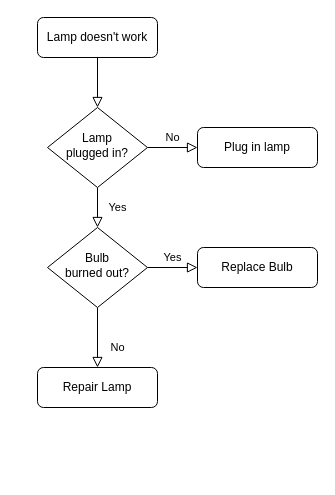
The draw.io diagram LeapYear.drawio in yasdan/abdul, before the edit. Source tidied: cells renumbered, new cells numbered last; positions are measured from the earlier drawing's top-left corner, leaving out a move shared by most shapes. Both pictures are drawn from the tidied source at 100%, with x=0, y=0 at pixel (37, 17).
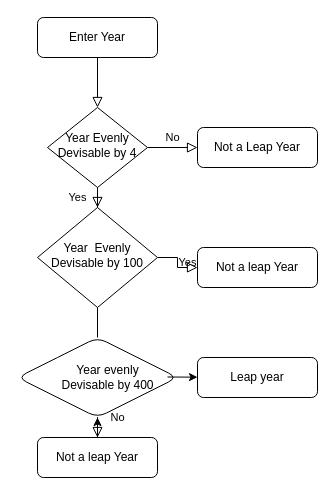
The same page after the edit.

Change to the diagram source:
```diff
@@
 <mxGraphModel>
   <root>
     <mxCell id="0" />
     <mxCell id="1" parent="0" />
     <mxCell id="2" style="rounded=0;html=1;jettySize=auto;fontSize=11;endArrow=block;endFill=0;endSize=8;strokeWidth=1;shadow=0;labelBackgroundColor=none;edgeStyle=orthogonalEdgeStyle;" parent="1" edge="1" source="3" target="6">
       <mxGeometry relative="1" as="geometry" />
     </mxCell>
-    <mxCell id="3" value="Lamp doesn't work" style="rounded=1;whiteSpace=wrap;html=1;fontSize=12;glass=0;strokeWidth=1;shadow=0;" parent="1" vertex="1">
+    <mxCell id="3" value="Enter Year" style="rounded=1;whiteSpace=wrap;html=1;fontSize=12;glass=0;strokeWidth=1;shadow=0;" parent="1" vertex="1">
       <mxGeometry width="120" height="40" as="geometry" />
     </mxCell>
     <mxCell id="4" value="Yes" style="rounded=0;html=1;jettySize=auto;fontSize=11;endArrow=block;endFill=0;endSize=8;strokeWidth=1;shadow=0;labelBackgroundColor=none;edgeStyle=orthogonalEdgeStyle;" parent="1" edge="1" source="6" target="10">
       <mxGeometry y="20" relative="1" as="geometry" />
     </mxCell>
     <mxCell id="5" value="No" style="edgeStyle=orthogonalEdgeStyle;rounded=0;html=1;jettySize=auto;fontSize=11;endArrow=block;endFill=0;endSize=8;strokeWidth=1;shadow=0;labelBackgroundColor=none;" parent="1" edge="1" source="6" target="7">
       <mxGeometry y="10" relative="1" as="geometry" />
     </mxCell>
-    <mxCell id="6" value="Lamp&lt;br&gt;plugged in?" style="rhombus;whiteSpace=wrap;html=1;shadow=0;fontFamily=Helvetica;fontSize=12;align=center;strokeWidth=1;spacing=6;spacingTop=-4;" parent="1" vertex="1">
+    <mxCell id="6" value="Year Evenly Devisable by 4" style="rhombus;whiteSpace=wrap;html=1;shadow=0;fontFamily=Helvetica;fontSize=12;align=center;strokeWidth=1;spacing=6;spacingTop=-4;" parent="1" vertex="1">
       <mxGeometry x="10" y="90" width="100" height="80" as="geometry" />
     </mxCell>
-    <mxCell id="7" value="Plug in lamp" style="rounded=1;whiteSpace=wrap;html=1;fontSize=12;glass=0;strokeWidth=1;shadow=0;" parent="1" vertex="1">
+    <mxCell id="7" value="Not a Leap Year" style="rounded=1;whiteSpace=wrap;html=1;fontSize=12;glass=0;strokeWidth=1;shadow=0;" parent="1" vertex="1">
       <mxGeometry x="160" y="110" width="120" height="40" as="geometry" />
     </mxCell>
-    <mxCell id="8" value="No" style="rounded=0;html=1;jettySize=auto;fontSize=11;endArrow=block;endFill=0;endSize=8;strokeWidth=1;shadow=0;labelBackgroundColor=none;edgeStyle=orthogonalEdgeStyle;" parent="1" edge="1" source="10" target="11">
+    <mxCell id="8" value="No" style="rounded=0;html=1;jettySize=auto;fontSize=11;endArrow=block;endFill=0;endSize=8;strokeWidth=1;shadow=0;labelBackgroundColor=none;edgeStyle=orthogonalEdgeStyle;startArrow=none;" parent="1" edge="1" source="14" target="11">
       <mxGeometry x="0.33" y="20" relative="1" as="geometry" />
     </mxCell>
     <mxCell id="9" value="Yes" style="edgeStyle=orthogonalEdgeStyle;rounded=0;html=1;jettySize=auto;fontSize=11;endArrow=block;endFill=0;endSize=8;strokeWidth=1;shadow=0;labelBackgroundColor=none;" parent="1" edge="1" source="10" target="12">
       <mxGeometry y="10" relative="1" as="geometry" />
     </mxCell>
-    <mxCell id="10" value="Bulb&lt;br&gt;burned out?" style="rhombus;whiteSpace=wrap;html=1;shadow=0;fontFamily=Helvetica;fontSize=12;align=center;strokeWidth=1;spacing=6;spacingTop=-4;" parent="1" vertex="1">
-      <mxGeometry x="10" y="210" width="100" height="80" as="geometry" />
+    <mxCell id="10" value="Year&amp;nbsp; Evenly Devisable by 100" style="rhombus;whiteSpace=wrap;html=1;shadow=0;fontFamily=Helvetica;fontSize=12;align=center;strokeWidth=1;spacing=6;spacingTop=-4;" parent="1" vertex="1">
+      <mxGeometry y="190" width="120" height="100" as="geometry" />
     </mxCell>
+    <mxCell id="13" style="edgeStyle=orthogonalEdgeStyle;rounded=0;jettySize=auto;html=1;" parent="1" edge="1" source="11" target="14">
+      <mxGeometry relative="1" as="geometry" />
+    </mxCell>
-    <mxCell id="11" value="Repair Lamp" style="rounded=1;whiteSpace=wrap;html=1;fontSize=12;glass=0;strokeWidth=1;shadow=0;" parent="1" vertex="1">
-      <mxGeometry y="350" width="120" height="40" as="geometry" />
+    <mxCell id="11" value="Not a leap Year" style="rounded=1;whiteSpace=wrap;html=1;fontSize=12;glass=0;strokeWidth=1;shadow=0;" parent="1" vertex="1">
+      <mxGeometry y="420" width="120" height="40" as="geometry" />
     </mxCell>
-    <mxCell id="12" value="Replace Bulb" style="rounded=1;whiteSpace=wrap;html=1;fontSize=12;glass=0;strokeWidth=1;shadow=0;" parent="1" vertex="1">
+    <mxCell id="12" value="Not a leap Year" style="rounded=1;whiteSpace=wrap;html=1;fontSize=12;glass=0;strokeWidth=1;shadow=0;" parent="1" vertex="1">
       <mxGeometry x="160" y="230" width="120" height="40" as="geometry" />
     </mxCell>
+    <mxCell id="14" style="rhombus;whiteSpace=wrap;html=1;rounded=1;glass=0;strokeWidth=1;shadow=0;" parent="1" vertex="1">
+      <mxGeometry x="-20" y="320" width="160" height="80" as="geometry" />
+    </mxCell>
+    <mxCell id="15" style="rounded=0;html=1;jettySize=auto;fontSize=11;endArrow=none;endFill=0;endSize=8;strokeWidth=1;shadow=0;labelBackgroundColor=none;edgeStyle=orthogonalEdgeStyle;" parent="1" edge="1" source="10" target="14">
+      <mxGeometry x="0.33" y="20" relative="1" as="geometry" />
+    </mxCell>
+    <mxCell id="16" value="Year evenly &lt;br&gt;Devisable by 400" style="text;html=1;align=center;verticalAlign=middle;fillColor=none;strokeColor=none;rounded=0;" parent="1" vertex="1">
+      <mxGeometry x="10" y="340" width="120" height="40" as="geometry" />
+    </mxCell>
+    <mxCell id="17" style="endArrow=classic;html=1;rounded=0;" parent="1" edge="1" target="18">
+      <mxGeometry relative="1" as="geometry">
+        <mxPoint x="130" y="359.5" as="sourcePoint" />
+      </mxGeometry>
+    </mxCell>
+    <mxCell id="18" value="Leap year" style="rounded=1;whiteSpace=wrap;html=1;" parent="1" vertex="1">
+      <mxGeometry x="160" y="340" width="120" height="40" as="geometry" />
+    </mxCell>
   </root>
 </mxGraphModel>
```
